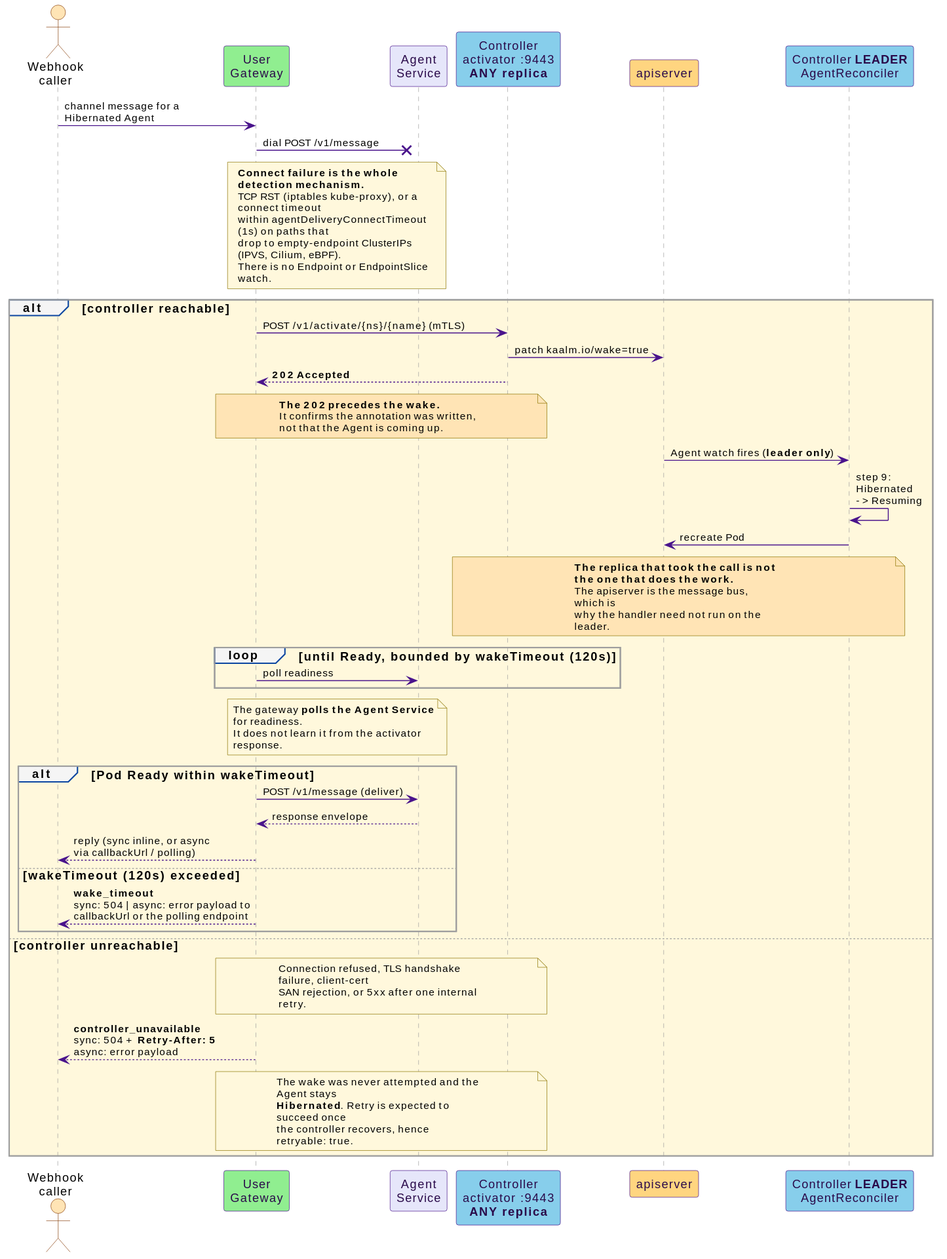
Before: docs/src/diagrams/wake-sequence.svg, a diagram exported from PlantUML (win07xp/kaalm).
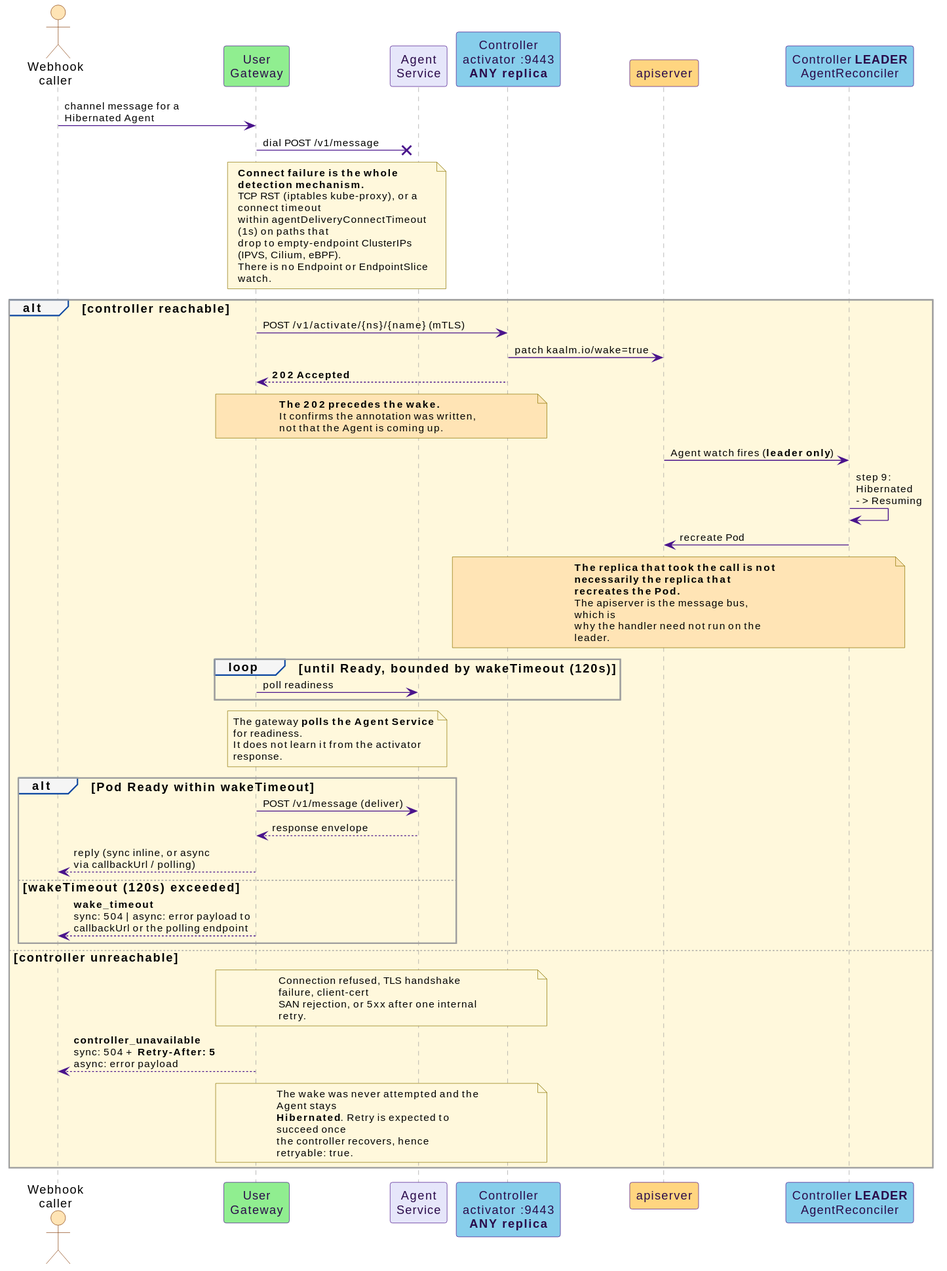
After the commit.

Diff of the diagram source:
```diff
@@ -35,7 +35,7 @@
 
   note over ctrl, leader #FFE4B5
     **The replica that took the call is not**
-    **the one that does the work.**
+    **necessarily the replica that recreates the Pod.**
     The apiserver is the message bus, which is
     why the handler need not run on the leader.
   end note
```
